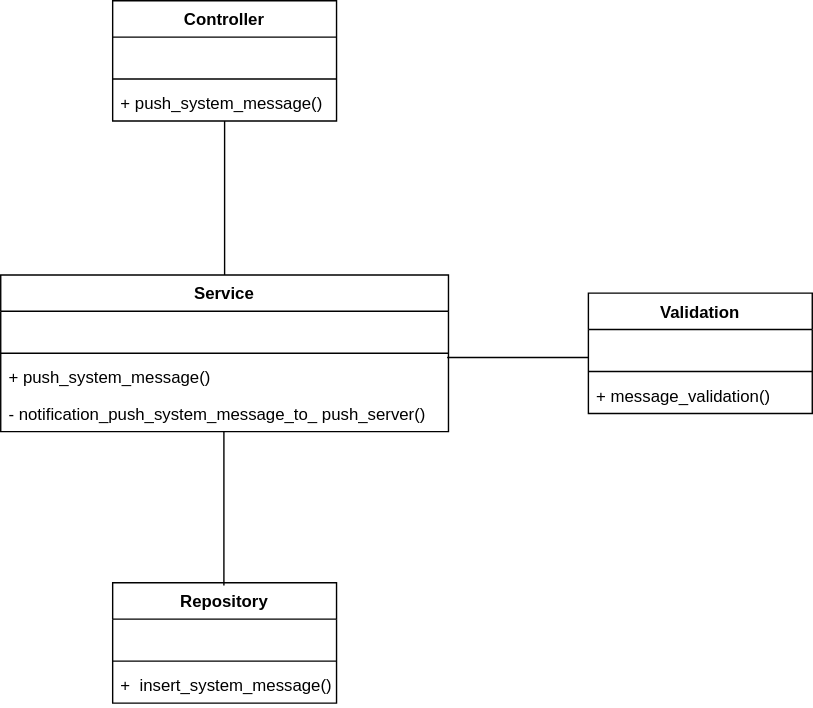
This is 클래스 다이어그램/announcement_server_class_diagram.svg from shlim0/2022_capstone1, a draw.io export, as it was before one commit. Source tidied: cells renumbered, new cells last; positions are measured from the earlier drawing's top-left corner, leaving out a move shared by most shapes. The source it was exported from:
```xml
<mxGraphModel>
  <root>
    <mxCell id="0" />
    <mxCell id="1" parent="0" />
    <mxCell id="2" value="Controller" style="swimlane;fontStyle=1;align=center;verticalAlign=top;horizontal=1;startSize=26;" parent="1" vertex="1">
      <mxGeometry x="80" width="160" height="86" as="geometry" />
    </mxCell>
    <mxCell id="3" value=" " style="text;strokeColor=none;fillColor=none;align=left;verticalAlign=top;spacingLeft=4;spacingRight=4;overflow=hidden;" parent="2" vertex="1">
      <mxGeometry y="26" width="160" height="26" as="geometry" />
    </mxCell>
    <mxCell id="4" style="line;strokeWidth=1;fillColor=none;align=left;verticalAlign=middle;spacingTop=-1;spacingLeft=3;spacingRight=3;labelPosition=right;strokeColor=inherit;" parent="2" vertex="1">
      <mxGeometry y="52" width="160" height="8" as="geometry" />
    </mxCell>
    <mxCell id="5" value="+ push_system_message()" style="text;strokeColor=none;fillColor=none;align=left;verticalAlign=top;spacingLeft=4;spacingRight=4;overflow=hidden;points=[[0,0.5],[1,0.5]];portConstraint=eastwest;" parent="2" vertex="1">
      <mxGeometry y="60" width="160" height="26" as="geometry" />
    </mxCell>
    <mxCell id="6" value="Service" style="swimlane;fontStyle=1;align=center;verticalAlign=top;horizontal=1;startSize=26;" parent="1" vertex="1">
      <mxGeometry y="196" width="320" height="112" as="geometry" />
    </mxCell>
    <mxCell id="7" value=" " style="text;strokeColor=none;fillColor=none;align=left;verticalAlign=top;spacingLeft=4;spacingRight=4;overflow=hidden;" parent="6" vertex="1">
      <mxGeometry y="26" width="320" height="26" as="geometry" />
    </mxCell>
    <mxCell id="8" style="line;strokeWidth=1;fillColor=none;align=left;verticalAlign=middle;spacingTop=-1;spacingLeft=3;spacingRight=3;labelPosition=right;strokeColor=inherit;" parent="6" vertex="1">
      <mxGeometry y="52" width="320" height="8" as="geometry" />
    </mxCell>
    <mxCell id="9" value="+ push_system_message()" style="text;strokeColor=none;fillColor=none;align=left;verticalAlign=top;spacingLeft=4;spacingRight=4;overflow=hidden;points=[[0,0.5],[1,0.5]];portConstraint=eastwest;" parent="6" vertex="1">
      <mxGeometry y="60" width="320" height="26" as="geometry" />
    </mxCell>
    <mxCell id="10" value="- notification_push_system_message_to_ push_server()" style="text;strokeColor=none;fillColor=none;align=left;verticalAlign=top;spacingLeft=4;spacingRight=4;overflow=hidden;" parent="6" vertex="1">
      <mxGeometry y="86" width="320" height="26" as="geometry" />
    </mxCell>
    <mxCell id="11" value="Repository" style="swimlane;fontStyle=1;align=center;verticalAlign=top;horizontal=1;startSize=26;" parent="1" vertex="1">
      <mxGeometry x="80" y="416" width="160" height="86" as="geometry" />
    </mxCell>
    <mxCell id="12" value=" " style="text;strokeColor=none;fillColor=none;align=left;verticalAlign=top;spacingLeft=4;spacingRight=4;overflow=hidden;" parent="11" vertex="1">
      <mxGeometry y="26" width="160" height="26" as="geometry" />
    </mxCell>
    <mxCell id="13" style="line;strokeWidth=1;fillColor=none;align=left;verticalAlign=middle;spacingTop=-1;spacingLeft=3;spacingRight=3;labelPosition=right;strokeColor=inherit;" parent="11" vertex="1">
      <mxGeometry y="52" width="160" height="8" as="geometry" />
    </mxCell>
    <mxCell id="14" value="+  insert_system_message()" style="text;strokeColor=none;fillColor=none;align=left;verticalAlign=top;spacingLeft=4;spacingRight=4;overflow=hidden;" parent="11" vertex="1">
      <mxGeometry y="60" width="160" height="26" as="geometry" />
    </mxCell>
    <mxCell id="15" value="Validation" style="swimlane;fontStyle=1;align=center;verticalAlign=top;horizontal=1;startSize=26;" parent="1" vertex="1">
      <mxGeometry x="420" y="209" width="160" height="86" as="geometry" />
    </mxCell>
    <mxCell id="16" value=" " style="text;strokeColor=none;fillColor=none;align=left;verticalAlign=top;spacingLeft=4;spacingRight=4;overflow=hidden;points=[[0,0.5],[1,0.5]];portConstraint=eastwest;" parent="15" vertex="1">
      <mxGeometry y="26" width="160" height="26" as="geometry" />
    </mxCell>
    <mxCell id="17" style="line;strokeWidth=1;fillColor=none;align=left;verticalAlign=middle;spacingTop=-1;spacingLeft=3;spacingRight=3;labelPosition=right;strokeColor=inherit;" parent="15" vertex="1">
      <mxGeometry y="52" width="160" height="8" as="geometry" />
    </mxCell>
    <mxCell id="18" value="+ message_validation()" style="text;strokeColor=none;fillColor=none;align=left;verticalAlign=top;spacingLeft=4;spacingRight=4;overflow=hidden;" parent="15" vertex="1">
      <mxGeometry y="60" width="160" height="26" as="geometry" />
    </mxCell>
    <mxCell id="19" style="endArrow=none;html=1;rounded=0;" parent="1" edge="1" source="5" target="6">
      <mxGeometry relative="1" as="geometry" />
    </mxCell>
    <mxCell id="20" style="endArrow=none;html=1;rounded=0;" parent="1" edge="1">
      <mxGeometry relative="1" as="geometry">
        <mxPoint x="159.5" y="308" as="sourcePoint" />
        <mxPoint x="159.5" y="418" as="targetPoint" />
      </mxGeometry>
    </mxCell>
    <mxCell id="21" style="endArrow=none;html=1;rounded=0;exitX=0;exitY=0.77;exitDx=0;exitDy=0;entryX=0.997;entryY=-0.038;entryDx=0;entryDy=0;entryPerimeter=0;exitPerimeter=0;" parent="1" edge="1" source="16" target="9">
      <mxGeometry relative="1" as="geometry" />
    </mxCell>
  </root>
</mxGraphModel>
```
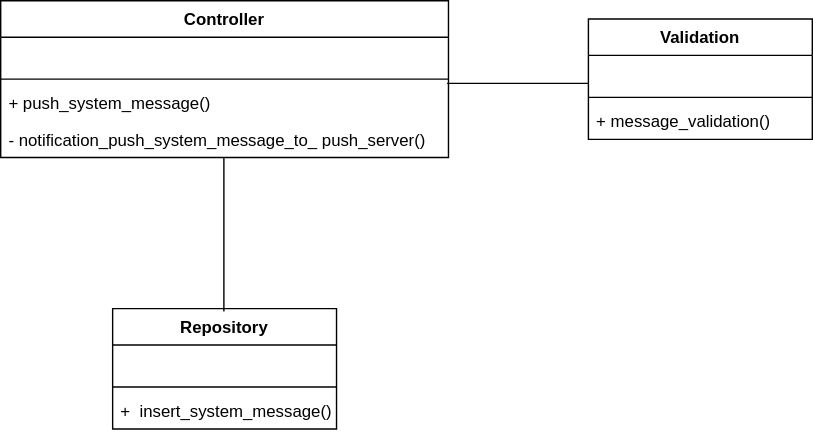
Above is the later version.

Commit message:
announcement server class diagram 서비스 클래스 삭제

Diff of the diagram source:
```diff
@@ -2,19 +2,7 @@
   <root>
     <mxCell id="0" />
     <mxCell id="1" parent="0" />
-    <mxCell id="2" value="Controller" style="swimlane;fontStyle=1;align=center;verticalAlign=top;horizontal=1;startSize=26;" parent="1" vertex="1">
-      <mxGeometry x="80" width="160" height="86" as="geometry" />
-    </mxCell>
-    <mxCell id="3" value=" " style="text;strokeColor=none;fillColor=none;align=left;verticalAlign=top;spacingLeft=4;spacingRight=4;overflow=hidden;" parent="2" vertex="1">
-      <mxGeometry y="26" width="160" height="26" as="geometry" />
-    </mxCell>
-    <mxCell id="4" style="line;strokeWidth=1;fillColor=none;align=left;verticalAlign=middle;spacingTop=-1;spacingLeft=3;spacingRight=3;labelPosition=right;strokeColor=inherit;" parent="2" vertex="1">
-      <mxGeometry y="52" width="160" height="8" as="geometry" />
-    </mxCell>
-    <mxCell id="5" value="+ push_system_message()" style="text;strokeColor=none;fillColor=none;align=left;verticalAlign=top;spacingLeft=4;spacingRight=4;overflow=hidden;points=[[0,0.5],[1,0.5]];portConstraint=eastwest;" parent="2" vertex="1">
-      <mxGeometry y="60" width="160" height="26" as="geometry" />
-    </mxCell>
-    <mxCell id="6" value="Service" style="swimlane;fontStyle=1;align=center;verticalAlign=top;horizontal=1;startSize=26;" parent="1" vertex="1">
+    <mxCell id="6" value="Controller" style="swimlane;fontStyle=1;align=center;verticalAlign=top;horizontal=1;startSize=26;" parent="1" vertex="1">
       <mxGeometry y="196" width="320" height="112" as="geometry" />
     </mxCell>
     <mxCell id="7" value=" " style="text;strokeColor=none;fillColor=none;align=left;verticalAlign=top;spacingLeft=4;spacingRight=4;overflow=hidden;" parent="6" vertex="1">
@@ -53,9 +41,6 @@
     <mxCell id="18" value="+ message_validation()" style="text;strokeColor=none;fillColor=none;align=left;verticalAlign=top;spacingLeft=4;spacingRight=4;overflow=hidden;" parent="15" vertex="1">
       <mxGeometry y="60" width="160" height="26" as="geometry" />
     </mxCell>
-    <mxCell id="19" style="endArrow=none;html=1;rounded=0;" parent="1" edge="1" source="5" target="6">
-      <mxGeometry relative="1" as="geometry" />
-    </mxCell>
     <mxCell id="20" style="endArrow=none;html=1;rounded=0;" parent="1" edge="1">
       <mxGeometry relative="1" as="geometry">
         <mxPoint x="159.5" y="308" as="sourcePoint" />
```
